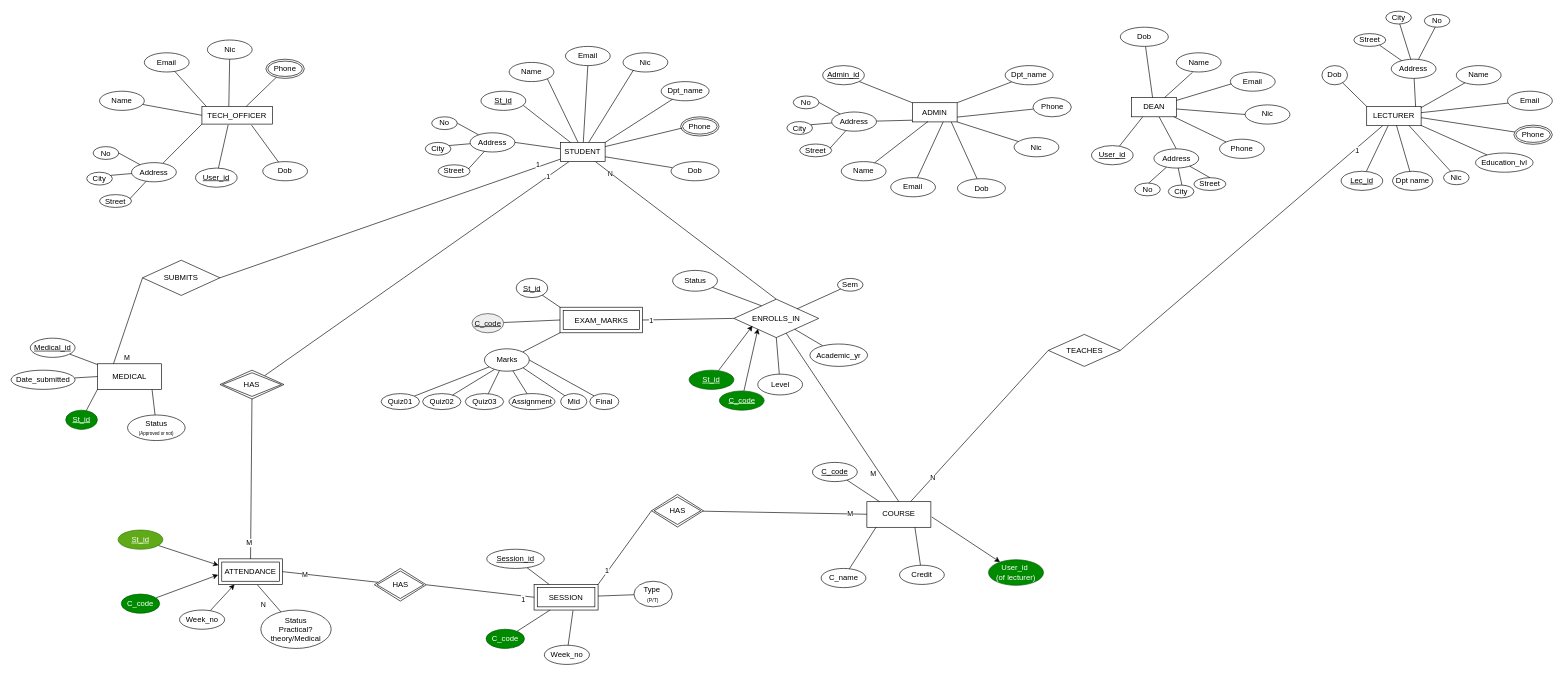
tg2003/Student_Management_System_Database keeps this draw.io diagram as page "ER (Final)" (3 of 5) of ER FINAL V2.drawio. Above is the earlier version. Source tidied: cells renumbered, new cells numbered last; positions are measured from the earlier drawing's top-left corner, leaving out a move shared by most shapes. Both pictures are drawn from the tidied source at 64%, with x=0, y=0 at pixel (11, 11).
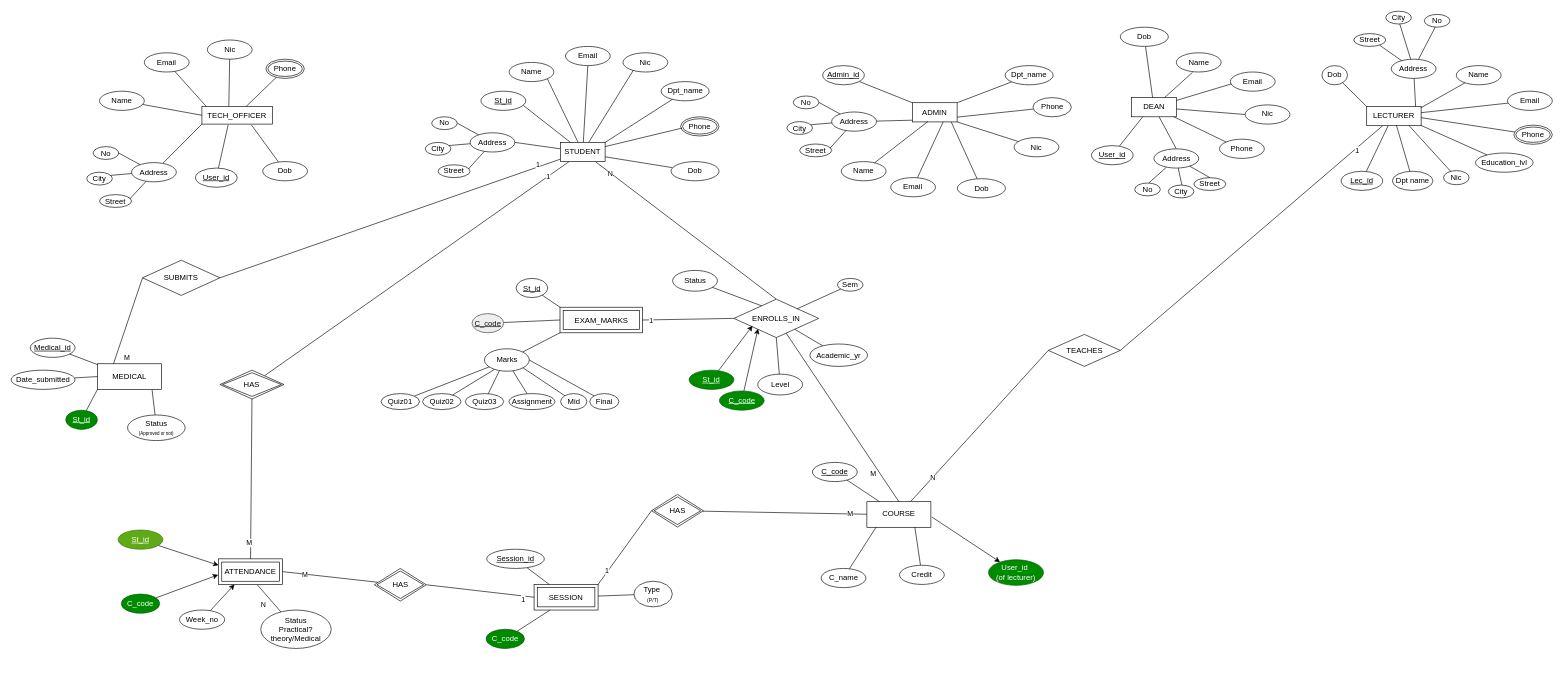
After the change.

Commit message:
Save current ER diagram changes

The change refers to these unchanged cells:
```xml
<mxCell id="172" value="SESSION" style="shape=ext;margin=3;double=1;whiteSpace=wrap;html=1;align=center;" parent="1" vertex="1">
  <mxGeometry x="817" y="895.7" width="100" height="40" as="geometry" />
</mxCell>
```

Change to the diagram source:
```diff
@@
-    <mxCell id="179" value="Week_no" style="ellipse;whiteSpace=wrap;html=1;align=center;" parent="1" vertex="1">
-      <mxGeometry x="833" y="990.7" width="70.5" height="30" as="geometry" />
-    </mxCell>
-    <mxCell id="180" style="rounded=0;jettySize=auto;html=1;entryX=0.608;entryY=1.02;entryDx=0;entryDy=0;entryPerimeter=0;endArrow=none;endFill=0;" parent="1" edge="1" source="179" target="172">
-      <mxGeometry relative="1" as="geometry" />
-    </mxCell>
```
